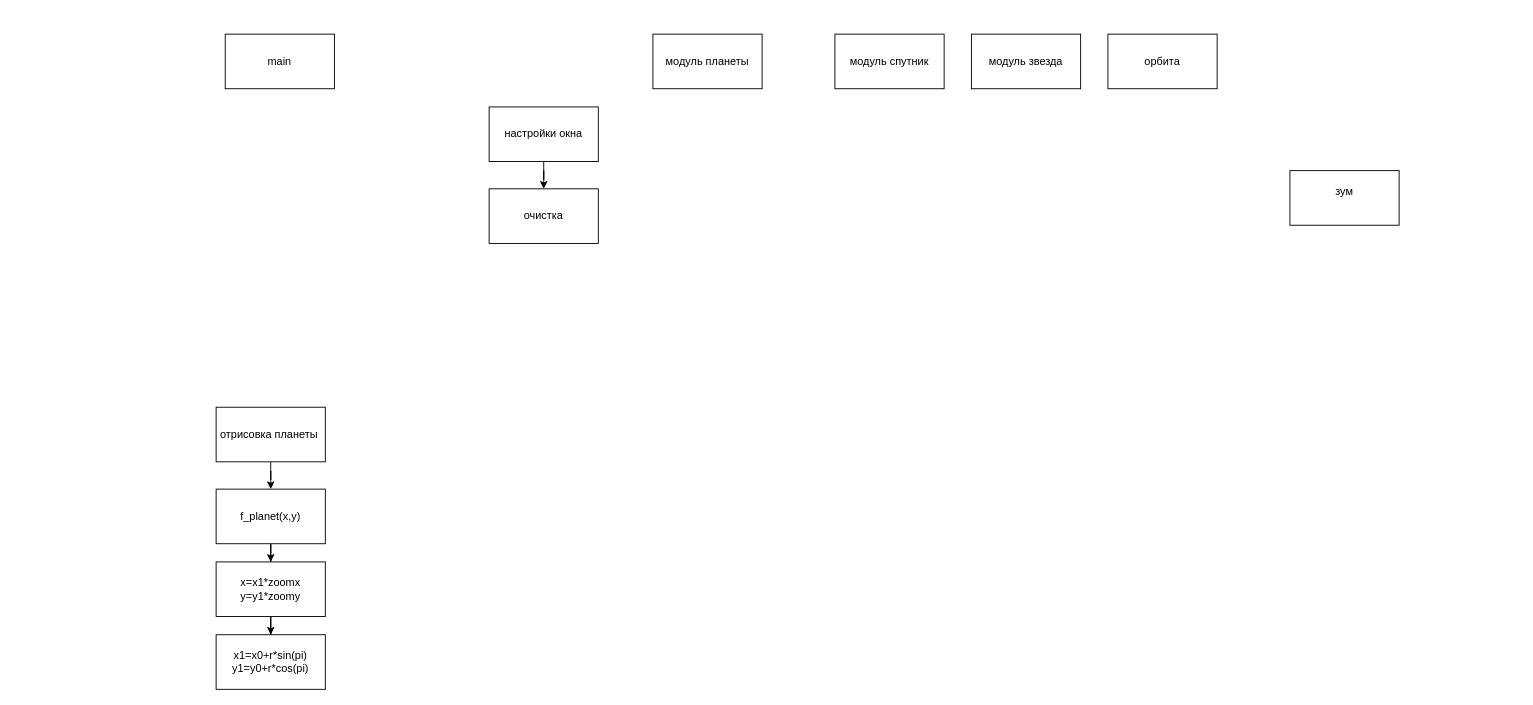
Janusz-Alexey/Draw_io keeps this draw.io diagram as pas_new.drawio. Above is the earlier version. Source tidied: cells renumbered, new cells numbered last; positions are measured from the earlier drawing's top-left corner, leaving out a move shared by most shapes. Both pictures are drawn from the tidied source at 91%, with x=0, y=0 at pixel (216, 34).
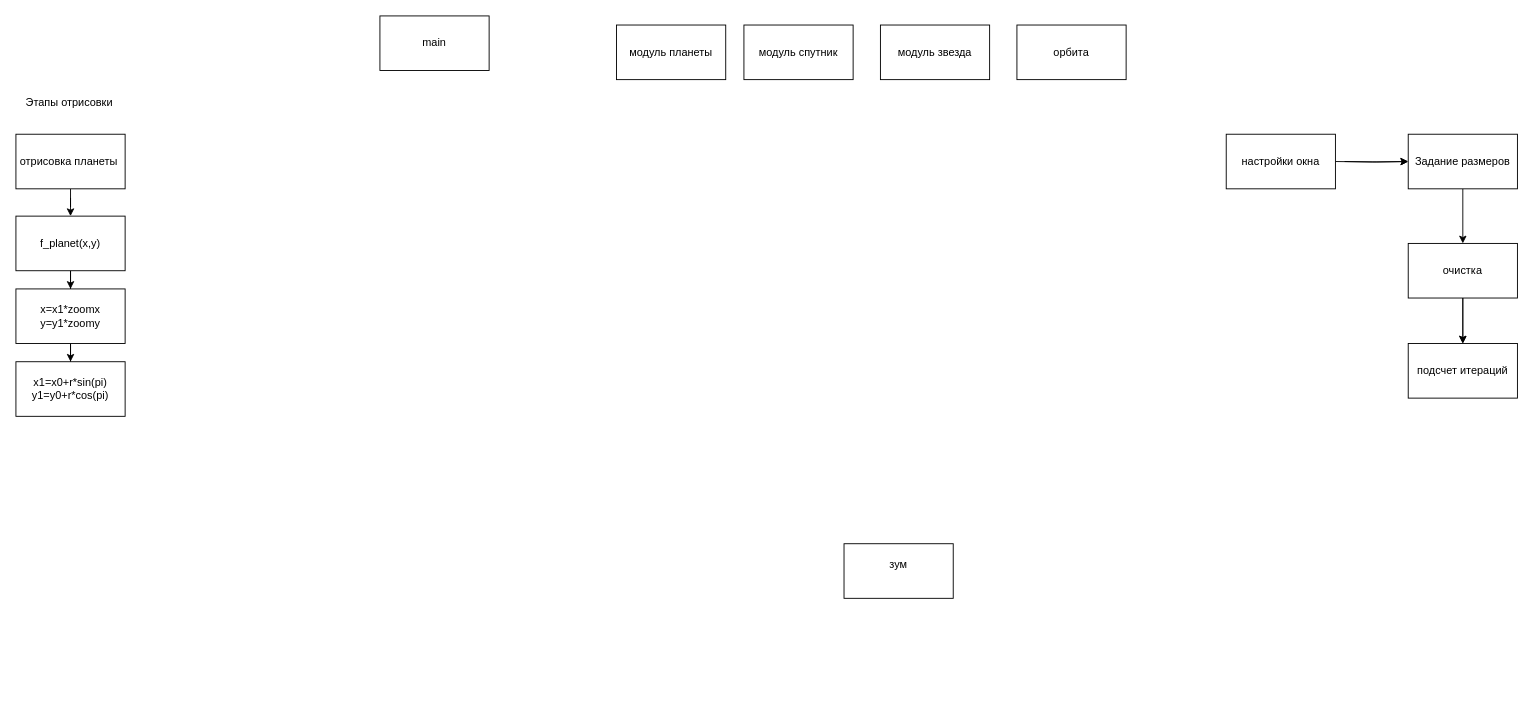
The same page after the edit.

Change to the diagram source:
```diff
@@
     <mxCell id="2" value="main" style="whiteSpace=wrap;html=1;" parent="1" vertex="1">
-      <mxGeometry x="10" width="120" height="60" as="geometry" />
+      <mxGeometry x="180" y="-20" width="120" height="60" as="geometry" />
     </mxCell>
     <mxCell id="3" value="модуль планеты" style="whiteSpace=wrap;html=1;" parent="1" vertex="1">
-      <mxGeometry x="480" width="120" height="60" as="geometry" />
+      <mxGeometry x="440" y="-10" width="120" height="60" as="geometry" />
     </mxCell>
     <mxCell id="4" value="модуль спутник" style="whiteSpace=wrap;html=1;" parent="1" vertex="1">
-      <mxGeometry x="680" width="120" height="60" as="geometry" />
+      <mxGeometry x="580" y="-10" width="120" height="60" as="geometry" />
     </mxCell>
     <mxCell id="5" value="модуль звезда" style="whiteSpace=wrap;html=1;" parent="1" vertex="1">
-      <mxGeometry x="830" width="120" height="60" as="geometry" />
+      <mxGeometry x="730" y="-10" width="120" height="60" as="geometry" />
     </mxCell>
     <mxCell id="6" value="орбита" style="whiteSpace=wrap;html=1;" parent="1" vertex="1">
-      <mxGeometry x="980" width="120" height="60" as="geometry" />
+      <mxGeometry x="880" y="-10" width="120" height="60" as="geometry" />
     </mxCell>
-    <mxCell id="7" style="edgeStyle=orthogonalEdgeStyle;rounded=0;jettySize=auto;html=1;" parent="1" edge="1" source="8" target="9">
-      <mxGeometry relative="1" as="geometry" />
-    </mxCell>
+    <mxCell id="18" style="edgeStyle=orthogonalEdgeStyle;rounded=0;jettySize=auto;html=1;" parent="1" edge="1" target="24">
+      <mxGeometry relative="1" as="geometry">
+        <mxPoint x="1240" y="140" as="sourcePoint" />
+      </mxGeometry>
+    </mxCell>
+    <mxCell id="19" style="edgeStyle=orthogonalEdgeStyle;rounded=0;jettySize=auto;html=1;" parent="1" edge="1" target="24">
+      <mxGeometry relative="1" as="geometry">
+        <mxPoint x="1230" y="140" as="sourcePoint" />
+      </mxGeometry>
+    </mxCell>
     <mxCell id="8" value="настройки окна" style="whiteSpace=wrap;html=1;" parent="1" vertex="1">
-      <mxGeometry x="300" y="80" width="120" height="60" as="geometry" />
+      <mxGeometry x="1110" y="110" width="120" height="60" as="geometry" />
     </mxCell>
+    <mxCell id="20" style="edgeStyle=orthogonalEdgeStyle;rounded=0;jettySize=auto;html=1;" parent="1" edge="1" source="9" target="25">
+      <mxGeometry relative="1" as="geometry" />
+    </mxCell>
+    <mxCell id="21" style="edgeStyle=orthogonalEdgeStyle;rounded=0;jettySize=auto;html=1;" parent="1" edge="1" source="9" target="25">
+      <mxGeometry relative="1" as="geometry" />
+    </mxCell>
     <mxCell id="9" value="очистка" style="whiteSpace=wrap;html=1;" parent="1" vertex="1">
-      <mxGeometry x="300" y="170" width="120" height="60" as="geometry" />
+      <mxGeometry x="1310" y="230" width="120" height="60" as="geometry" />
     </mxCell>
     <mxCell id="10" value="зум&lt;div&gt;&lt;br&gt;&lt;/div&gt;" style="whiteSpace=wrap;html=1;" parent="1" vertex="1">
-      <mxGeometry x="1180" y="150" width="120" height="60" as="geometry" />
+      <mxGeometry x="690" y="560" width="120" height="60" as="geometry" />
     </mxCell>
@@
     <mxCell id="12" value="отрисовка планеты&amp;nbsp;" style="whiteSpace=wrap;html=1;" parent="1" vertex="1">
-      <mxGeometry y="410" width="120" height="60" as="geometry" />
+      <mxGeometry x="-220" y="110" width="120" height="60" as="geometry" />
     </mxCell>
@@
     <mxCell id="14" value="f_planet(x,y)" style="whiteSpace=wrap;html=1;" parent="1" vertex="1">
-      <mxGeometry y="500" width="120" height="60" as="geometry" />
+      <mxGeometry x="-220" y="200" width="120" height="60" as="geometry" />
     </mxCell>
@@
     <mxCell id="16" value="x=x1*zoomx&lt;br&gt;y=y1*zoomy" style="whiteSpace=wrap;html=1;" parent="1" vertex="1">
-      <mxGeometry y="580" width="120" height="60" as="geometry" />
+      <mxGeometry x="-220" y="280" width="120" height="60" as="geometry" />
     </mxCell>
     <mxCell id="17" value="x1=x0+r*sin(pi)&lt;br&gt;y1=y0+r*cos(pi)" style="whiteSpace=wrap;html=1;" parent="1" vertex="1">
-      <mxGeometry y="660" width="120" height="60" as="geometry" />
+      <mxGeometry x="-220" y="360" width="120" height="60" as="geometry" />
     </mxCell>
+    <mxCell id="22" value="Этапы отрисовки&amp;nbsp;" style="text;html=1;align=center;verticalAlign=middle;strokeColor=none;fillColor=none;" parent="1" vertex="1">
+      <mxGeometry x="-220" y="60" width="120" height="30" as="geometry" />
+    </mxCell>
+    <mxCell id="23" style="edgeStyle=orthogonalEdgeStyle;rounded=0;jettySize=auto;html=1;" parent="1" edge="1" source="24" target="9">
+      <mxGeometry relative="1" as="geometry" />
+    </mxCell>
+    <mxCell id="24" value="Задание размеров" style="whiteSpace=wrap;html=1;" parent="1" vertex="1">
+      <mxGeometry x="1310" y="110" width="120" height="60" as="geometry" />
+    </mxCell>
+    <mxCell id="25" value="подсчет итераций" style="whiteSpace=wrap;html=1;" parent="1" vertex="1">
+      <mxGeometry x="1310" y="340" width="120" height="60" as="geometry" />
+    </mxCell>
```
